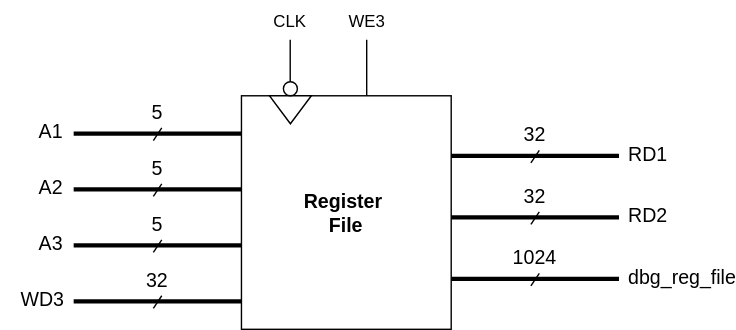
Above: .github/register_file.svg in niumuzhi2004/risc-v-uvc (draw.io), before the change. Source tidied: cells renumbered, new cells last; positions are measured from the earlier drawing's top-left corner, leaving out a move shared by most shapes.
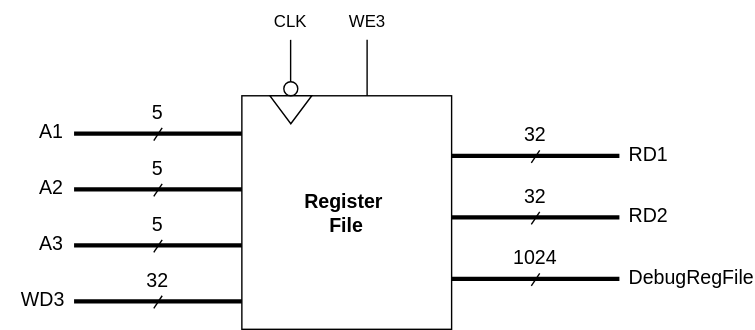
After the change.

Diff of the diagram source:
```diff
@@ -143,7 +143,7 @@
         <mxPoint x="385" y="151" as="targetPoint" />
       </mxGeometry>
     </mxCell>
-    <mxCell id="36" value="&lt;font&gt;dbg_reg_file&lt;/font&gt;" style="text;html=1;whiteSpace=wrap;strokeColor=none;fillColor=none;align=left;verticalAlign=middle;rounded=0;fontSize=14;" parent="1" vertex="1">
+    <mxCell id="36" value="&lt;font&gt;DebugRegFile&lt;/font&gt;" style="text;html=1;whiteSpace=wrap;strokeColor=none;fillColor=none;align=left;verticalAlign=middle;rounded=0;fontSize=14;" parent="1" vertex="1">
       <mxGeometry x="447" y="183" width="60" height="30" as="geometry" />
     </mxCell>
     <mxCell id="37" style="endArrow=none;html=1;rounded=0;strokeWidth=3;" parent="1" edge="1">
```
